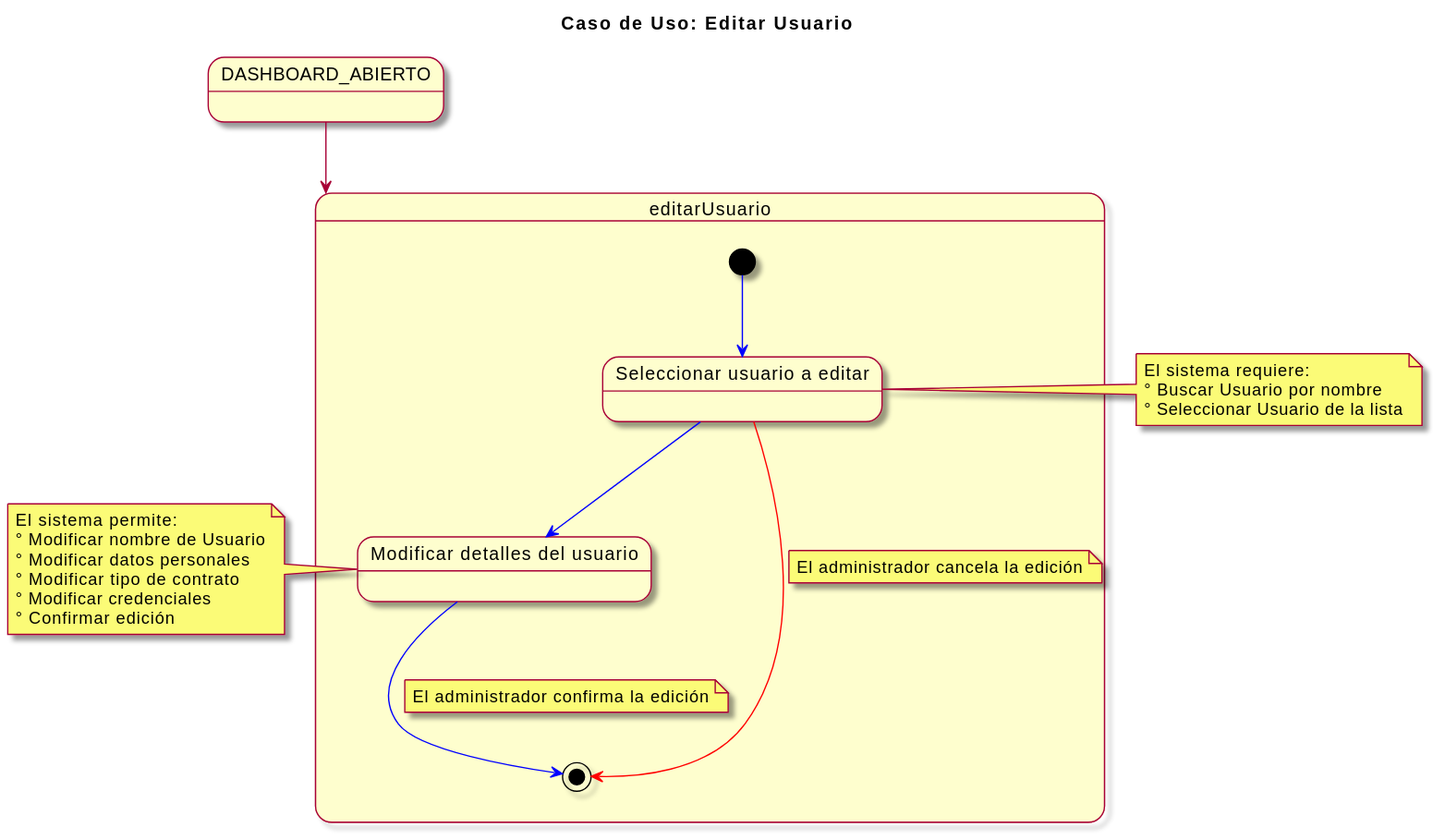
mmasias/23-24-IdSw1-SDR keeps this PlantUML diagram as imagenes/casosDeUso/detalles/editarUsuario.svg. Above is the earlier version.
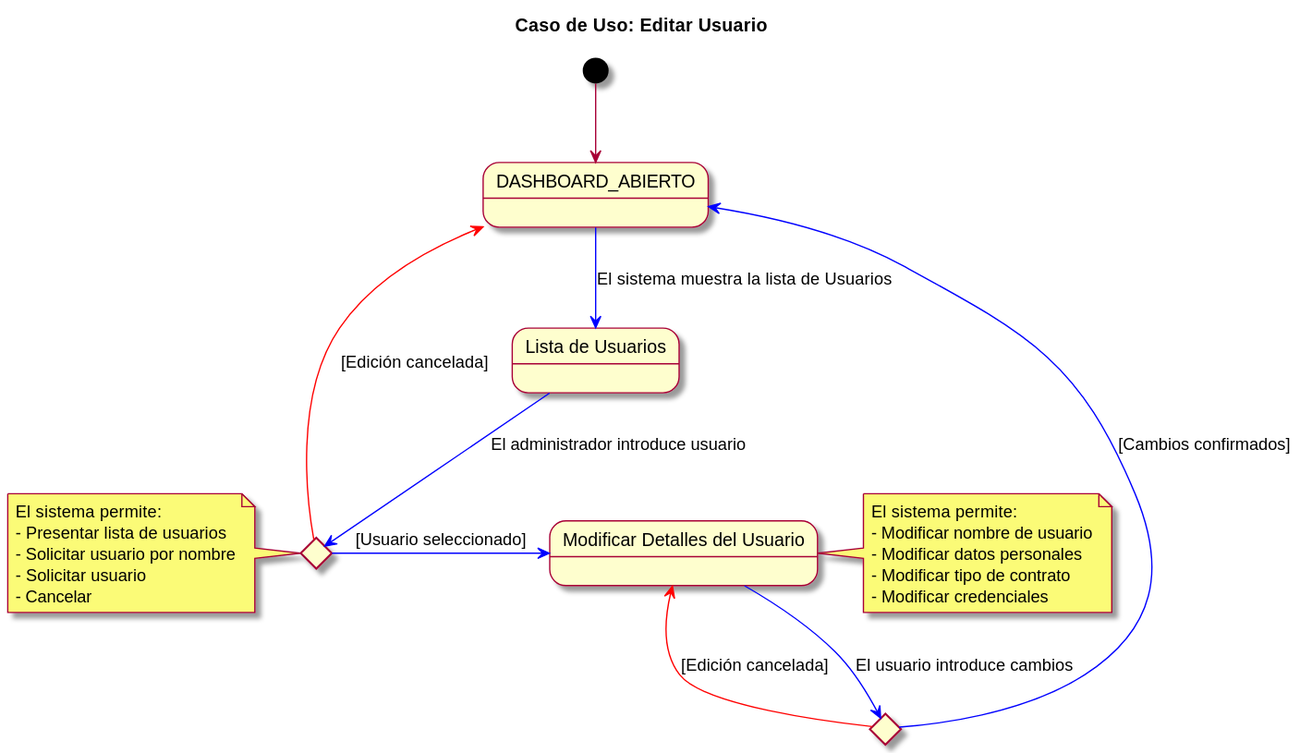
Later version of the same file.

Commit message:
imagenes actualizadas

Change to the diagram source:
```diff
@@ -2,34 +2,36 @@
 skin rose
 title Caso de Uso: Editar Usuario
 
-state DASHBOARD_ABIERTO
+state DASHBOARD_ABIERTO as "DASHBOARD_ABIERTO"
+state ListaUsuarios as "Lista de Usuarios"
+state SeleccionarUsuario <<choice>>
+state ModificarDetallesUsuario as "Modificar Detalles del Usuario"
+state ConfirmarCambios <<choice>>
 
-DASHBOARD_ABIERTO --> editarUsuario
+[*] -d-> DASHBOARD_ABIERTO
+DASHBOARD_ABIERTO -d[#blue]-> ListaUsuarios : El sistema muestra la lista de Usuarios
+ListaUsuarios -d[#blue]-> SeleccionarUsuario : El administrador introduce usuario
+SeleccionarUsuario -r[#blue]-> ModificarDetallesUsuario : [Usuario seleccionado]
+ModificarDetallesUsuario -d[#blue]-> ConfirmarCambios : El usuario introduce cambios
+ConfirmarCambios -r[#blue]-> DASHBOARD_ABIERTO : [Cambios confirmados]
+ConfirmarCambios -l[#red]-> ModificarDetallesUsuario : [Edición cancelada]
+SeleccionarUsuario -l[#red]-> DASHBOARD_ABIERTO : [Edición cancelada]
 
-state editarUsuario {
-  [*] -[#blue]-> seleccionarUsuario
-  state "Seleccionar usuario a editar" as seleccionarUsuario
-  seleccionarUsuario -[#blue]-> modificarDetallesUsuario
-  state "Modificar detalles del usuario" as modificarDetallesUsuario
-  modificarDetallesUsuario -[#blue]-> [*]
-  note on link: El administrador confirma la edición
-
-  seleccionarUsuario -[#red]-> [*]
-  note on link: El administrador cancela la edición
-}
-
-note left of modificarDetallesUsuario
+note right of ModificarDetallesUsuario
   El sistema permite:
-  ° Modificar nombre de Usuario
-  ° Modificar datos personales
-  ° Modificar tipo de contrato
-  ° Modificar credenciales
-  ° Confirmar edición
+  - Modificar nombre de usuario
+  - Modificar datos personales
+  - Modificar tipo de contrato
+  - Modificar credenciales
 end note
 
-note left of seleccionarUsuario
-  El sistema requiere:
-  ° Buscar Usuario por nombre
-  ° Seleccionar Usuario de la lista
+note left of SeleccionarUsuario
+  El sistema permite:
+  - Presentar lista de usuarios
+  - Solicitar usuario por nombre
+  - Solicitar usuario
+  - Cancelar
 end note
+
+
 @enduml
```
